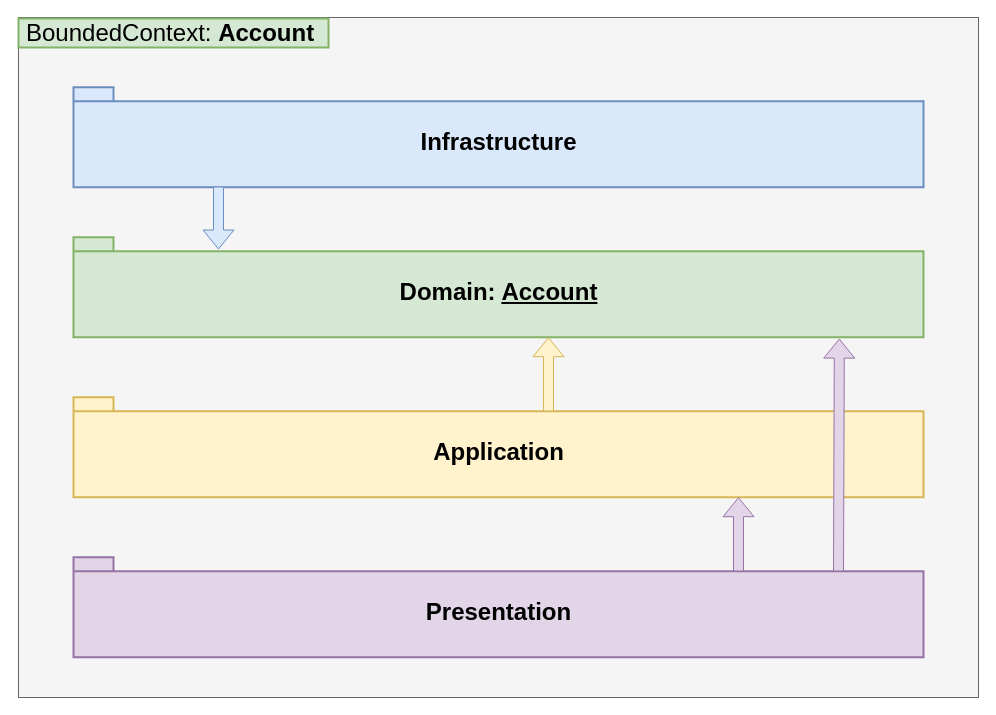
Above: page "package-layers" (1 of 3) of doc/demo-ddd-account.drawio in fabianogoes/demo-kotlin-ddd-with-spring (draw.io), before the change. Source tidied: cells renumbered, new cells numbered last; positions are measured from the earlier drawing's top-left corner, leaving out a move shared by most shapes. Both pictures are drawn from the tidied source at 100%, with x=0, y=0 at pixel (18, 17).
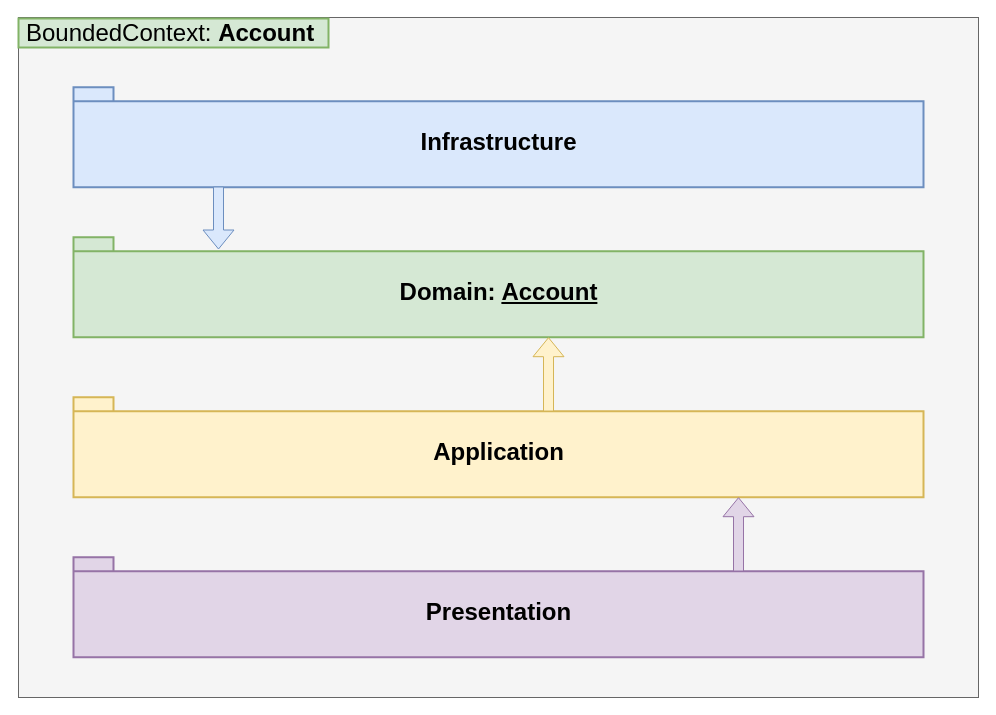
The same diagram, later.

Diff of the diagram source:
```diff
@@
 <mxGraphModel>
   <root>
     <mxCell id="0" />
     <mxCell id="1" parent="0" />
     <mxCell id="2" style="rounded=0;whiteSpace=wrap;html=1;fillColor=#f5f5f5;strokeColor=#666666;fontColor=#333333;" parent="1" vertex="1">
       <mxGeometry width="960" height="680" as="geometry" />
     </mxCell>
     <mxCell id="3" value="&lt;font style=&quot;font-size: 24px&quot;&gt;BoundedContext: &lt;b&gt;Account&lt;/b&gt;&lt;/font&gt;" style="text;html=1;strokeColor=#82b366;fillColor=#d5e8d4;align=left;verticalAlign=middle;whiteSpace=wrap;rounded=0;strokeWidth=2;perimeterSpacing=2;fontSize=24;spacingTop=4;spacing=4;spacingLeft=4;spacingBottom=4;spacingRight=4;" parent="1" vertex="1">
       <mxGeometry y="1" width="310" height="29" as="geometry" />
     </mxCell>
     <mxCell id="4" value="Infrastructure" style="shape=folder;fontStyle=1;spacingTop=10;tabWidth=40;tabHeight=14;tabPosition=left;html=1;strokeColor=#6c8ebf;strokeWidth=2;fontSize=24;align=center;fillColor=#dae8fc;" parent="1" vertex="1">
       <mxGeometry x="55" y="69.7" width="850" height="100" as="geometry" />
     </mxCell>
     <mxCell id="5" value="Domain: &lt;u&gt;Account&lt;/u&gt;" style="shape=folder;fontStyle=1;spacingTop=10;tabWidth=40;tabHeight=14;tabPosition=left;html=1;strokeColor=#82b366;strokeWidth=2;fontSize=24;align=center;fillColor=#d5e8d4;" parent="1" vertex="1">
       <mxGeometry x="55" y="219.7" width="850" height="100" as="geometry" />
     </mxCell>
     <mxCell id="6" value="Application" style="shape=folder;fontStyle=1;spacingTop=10;tabWidth=40;tabHeight=14;tabPosition=left;html=1;strokeColor=#d6b656;strokeWidth=2;fontSize=24;align=center;fillColor=#fff2cc;" parent="1" vertex="1">
       <mxGeometry x="55" y="379.7" width="850" height="100" as="geometry" />
     </mxCell>
     <mxCell id="7" value="Presentation" style="shape=folder;fontStyle=1;spacingTop=10;tabWidth=40;tabHeight=14;tabPosition=left;html=1;strokeColor=#9673a6;strokeWidth=2;fontSize=24;align=center;fillColor=#e1d5e7;" parent="1" vertex="1">
       <mxGeometry x="55" y="539.7" width="850" height="100" as="geometry" />
     </mxCell>
     <mxCell id="8" style="shape=flexArrow;endArrow=classic;html=1;fontSize=24;fillColor=#dae8fc;strokeColor=#6c8ebf;" parent="1" edge="1">
       <mxGeometry relative="1" as="geometry">
         <mxPoint x="200" y="169" as="sourcePoint" />
         <mxPoint x="200" y="232" as="targetPoint" />
       </mxGeometry>
     </mxCell>
     <mxCell id="9" style="shape=flexArrow;endArrow=none;html=1;fontSize=24;endFill=0;startArrow=block;fillColor=#e1d5e7;strokeColor=#9673a6;" parent="1" edge="1">
       <mxGeometry relative="1" as="geometry">
         <mxPoint x="720" y="479.7" as="sourcePoint" />
         <mxPoint x="720" y="554" as="targetPoint" />
       </mxGeometry>
     </mxCell>
-    <mxCell id="10" style="shape=flexArrow;endArrow=none;html=1;fontSize=24;endFill=0;startArrow=block;exitX=0.901;exitY=1.014;exitDx=0;exitDy=0;exitPerimeter=0;fillColor=#e1d5e7;strokeColor=#9673a6;" parent="1" edge="1" source="5">
-      <mxGeometry relative="1" as="geometry">
-        <mxPoint x="820" y="554" as="targetPoint" />
-      </mxGeometry>
-    </mxCell>
     <mxCell id="11" style="shape=flexArrow;endArrow=none;html=1;fontSize=24;endFill=0;startArrow=block;fillColor=#fff2cc;strokeColor=#d6b656;" parent="1" edge="1">
       <mxGeometry relative="1" as="geometry">
         <mxPoint x="530" y="319.7" as="sourcePoint" />
         <mxPoint x="530" y="394" as="targetPoint" />
       </mxGeometry>
     </mxCell>
   </root>
 </mxGraphModel>
```
